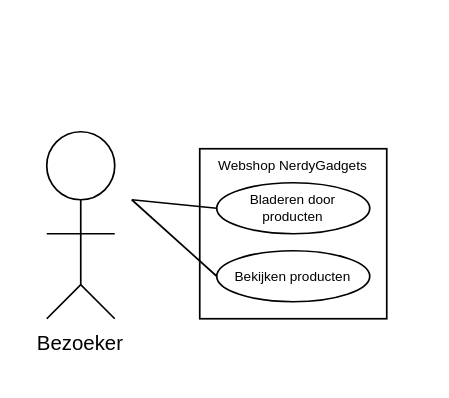
Before: docs/Use case.drawio in YoungSilent/nerdy_gadgets, a draw.io diagram. Source tidied: cells renumbered, new cells numbered last; positions are measured from the earlier drawing's top-left corner, leaving out a move shared by most shapes. Both pictures are drawn from the tidied source at 170%, with x=0, y=0 at pixel (29, 97).
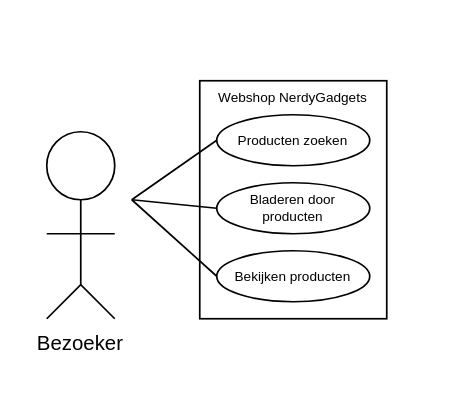
Above is the later version.

The edit, as a diff of the source:
```diff
@@
     <mxCell id="2" style="rounded=0;whiteSpace=wrap;html=1;" parent="1" vertex="1">
-      <mxGeometry x="100" y="30" width="110" height="100" as="geometry" />
+      <mxGeometry x="100" y="-10" width="110" height="140" as="geometry" />
     </mxCell>
@@
     <mxCell id="10" value="Webshop NerdyGadgets" style="text;html=1;strokeColor=none;fillColor=none;align=center;verticalAlign=middle;whiteSpace=wrap;rounded=0;fontSize=8;" parent="1" vertex="1">
-      <mxGeometry x="80" width="150" height="80" as="geometry" />
+      <mxGeometry x="80" y="-40" width="150" height="80" as="geometry" />
     </mxCell>
@@
+    <mxCell id="15" style="ellipse;whiteSpace=wrap;html=1;" parent="1" vertex="1">
+      <mxGeometry x="110" y="10" width="90" height="30" as="geometry" />
+    </mxCell>
+    <mxCell id="16" value="Producten zoeken" style="text;html=1;strokeColor=none;fillColor=none;align=center;verticalAlign=middle;whiteSpace=wrap;rounded=0;fontSize=8;" parent="1" vertex="1">
+      <mxGeometry x="115" y="10" width="80" height="30" as="geometry" />
+    </mxCell>
+    <mxCell id="17" style="endArrow=none;html=1;rounded=0;entryX=0;entryY=0.5;entryDx=0;entryDy=0;" parent="1" edge="1" target="15">
+      <mxGeometry relative="1" as="geometry">
+        <mxPoint x="60" y="60" as="sourcePoint" />
+      </mxGeometry>
+    </mxCell>
```
